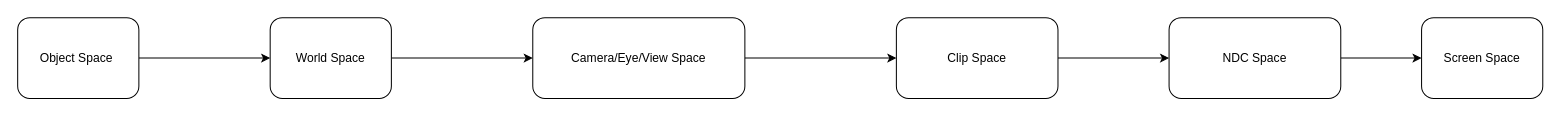
Earlier version of the draw.io diagram image/01_pipline.drawio (qwertyuiop1b/LearnOpenGL). Source tidied: cells renumbered, new cells numbered last; positions are measured from the earlier drawing's top-left corner, leaving out a move shared by most shapes. Both pictures are drawn from the tidied source at 101%, with x=0, y=0 at pixel (17, 17).
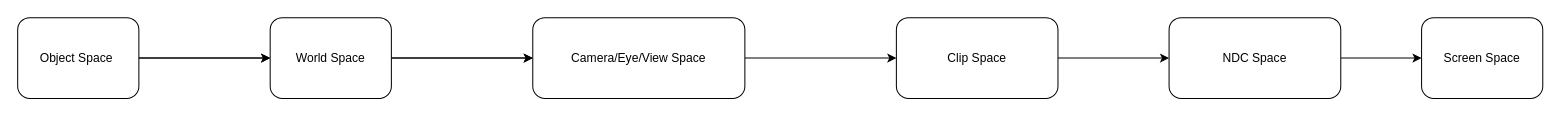
The same diagram, later.

Change to the diagram source:
```diff
@@
 <mxGraphModel background="#FFFFFF">
   <root>
     <mxCell id="0" />
     <mxCell id="1" parent="0" />
     <mxCell id="2" style="edgeStyle=none;html=1;exitX=1;exitY=0.5;exitDx=0;exitDy=0;" parent="1" edge="1" source="3" target="5">
       <mxGeometry relative="1" as="geometry" />
     </mxCell>
+    <mxCell id="13" style="edgeStyle=none;html=1;exitX=1;exitY=0.5;exitDx=0;exitDy=0;entryX=0;entryY=0.5;entryDx=0;entryDy=0;" parent="1" edge="1" source="3" target="5">
+      <mxGeometry relative="1" as="geometry" />
+    </mxCell>
     <mxCell id="3" value="Object Space&amp;nbsp;" style="rounded=1;whiteSpace=wrap;html=1;" parent="1" vertex="1">
       <mxGeometry width="120" height="80" as="geometry" />
     </mxCell>
     <mxCell id="4" style="edgeStyle=none;html=1;exitX=1;exitY=0.5;exitDx=0;exitDy=0;entryX=0;entryY=0.5;entryDx=0;entryDy=0;" parent="1" edge="1" source="5" target="7">
       <mxGeometry relative="1" as="geometry" />
     </mxCell>
+    <mxCell id="14" style="edgeStyle=none;html=1;exitX=1;exitY=0.5;exitDx=0;exitDy=0;entryX=0;entryY=0.5;entryDx=0;entryDy=0;" parent="1" edge="1" source="5" target="7">
+      <mxGeometry relative="1" as="geometry" />
+    </mxCell>
     <mxCell id="5" value="World Space" style="rounded=1;whiteSpace=wrap;html=1;" parent="1" vertex="1">
       <mxGeometry x="250" width="120" height="80" as="geometry" />
     </mxCell>
     <mxCell id="6" style="edgeStyle=none;html=1;exitX=1;exitY=0.5;exitDx=0;exitDy=0;entryX=0;entryY=0.5;entryDx=0;entryDy=0;" parent="1" edge="1" source="7" target="9">
       <mxGeometry relative="1" as="geometry" />
     </mxCell>
     <mxCell id="7" value="Camera/Eye/View Space" style="rounded=1;whiteSpace=wrap;html=1;" parent="1" vertex="1">
       <mxGeometry x="510" width="210" height="80" as="geometry" />
     </mxCell>
     <mxCell id="8" style="edgeStyle=none;html=1;exitX=1;exitY=0.5;exitDx=0;exitDy=0;entryX=0;entryY=0.5;entryDx=0;entryDy=0;" parent="1" edge="1" source="9" target="11">
       <mxGeometry relative="1" as="geometry" />
     </mxCell>
     <mxCell id="9" value="Clip Space" style="rounded=1;whiteSpace=wrap;html=1;" parent="1" vertex="1">
       <mxGeometry x="870" width="160" height="80" as="geometry" />
     </mxCell>
     <mxCell id="10" style="edgeStyle=none;html=1;exitX=1;exitY=0.5;exitDx=0;exitDy=0;entryX=0;entryY=0.5;entryDx=0;entryDy=0;" parent="1" edge="1" source="11" target="12">
       <mxGeometry relative="1" as="geometry" />
     </mxCell>
     <mxCell id="11" value="NDC Space" style="rounded=1;whiteSpace=wrap;html=1;" parent="1" vertex="1">
       <mxGeometry x="1140" width="170" height="80" as="geometry" />
     </mxCell>
     <mxCell id="12" value="Screen Space" style="rounded=1;whiteSpace=wrap;html=1;" parent="1" vertex="1">
       <mxGeometry x="1390" width="120" height="80" as="geometry" />
     </mxCell>
   </root>
 </mxGraphModel>
```
